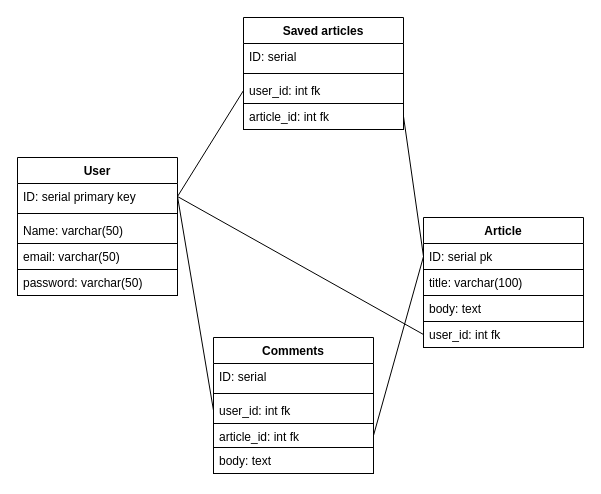
This is BD.drawio from prostopank/Blog, a draw.io file, before an edit. Source tidied: cells renumbered, new cells numbered last; positions are measured from the earlier drawing's top-left corner, leaving out a move shared by most shapes. Both pictures are drawn from the tidied source at 100%, with x=0, y=0 at pixel (17, 17).
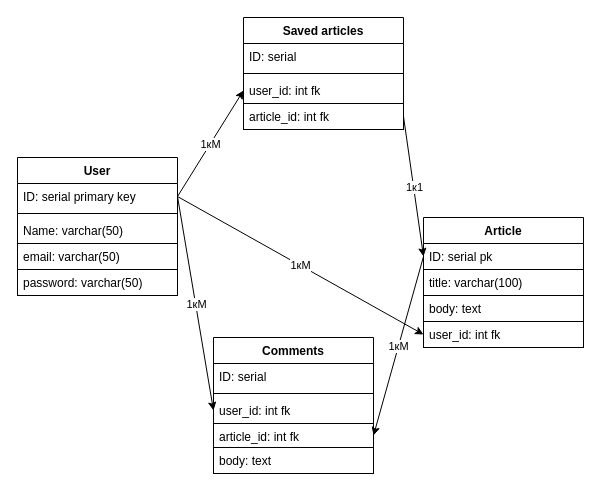
The same page after the edit.

The change refers to these unchanged cells:
```xml
<mxCell id="4" value="ID: serial primary key&#10;" style="text;strokeColor=none;fillColor=none;align=left;verticalAlign=top;spacingLeft=4;spacingRight=4;overflow=hidden;points=[[0,0.5],[1,0.5]];portConstraint=eastwest;" parent="3" vertex="1">
  <mxGeometry y="26" width="160" height="26" as="geometry" />
</mxCell>
<mxCell id="13" value="user_id: int fk" style="text;strokeColor=none;fillColor=none;align=left;verticalAlign=top;spacingLeft=4;spacingRight=4;overflow=hidden;points=[[0,0.5],[1,0.5]];portConstraint=eastwest;" parent="10" vertex="1">
  <mxGeometry y="60" width="160" height="26" as="geometry" />
</mxCell>
<mxCell id="14" value="article_id: int fk" style="text;fillColor=none;align=left;verticalAlign=top;spacingLeft=4;spacingRight=4;overflow=hidden;points=[[0,0.5],[1,0.5]];portConstraint=eastwest;strokeColor=#000000;" parent="9" vertex="1">
  <mxGeometry y="86" width="160" height="26" as="geometry" />
</mxCell>
<mxCell id="19" value="ID: serial pk" style="text;strokeColor=none;fillColor=none;align=left;verticalAlign=top;spacingLeft=4;spacingRight=4;overflow=hidden;points=[[0,0.5],[1,0.5]];portConstraint=eastwest;" parent="18" vertex="1">
  <mxGeometry y="26" width="160" height="26" as="geometry" />
</mxCell>
<mxCell id="22" value="user_id: int fk" style="text;fillColor=none;align=left;verticalAlign=top;spacingLeft=4;spacingRight=4;overflow=hidden;points=[[0,0.5],[1,0.5]];portConstraint=eastwest;strokeColor=#000000;" parent="16" vertex="1">
  <mxGeometry y="104" width="160" height="26" as="geometry" />
</mxCell>
<mxCell id="28" value="user_id: int fk&#10;" style="text;strokeColor=none;fillColor=none;align=left;verticalAlign=top;spacingLeft=4;spacingRight=4;overflow=hidden;points=[[0,0.5],[1,0.5]];portConstraint=eastwest;" parent="25" vertex="1">
  <mxGeometry y="60" width="160" height="26" as="geometry" />
</mxCell>
<mxCell id="29" value="article_id: int fk&#10;" style="text;fillColor=none;align=left;verticalAlign=top;spacingLeft=4;spacingRight=4;overflow=hidden;points=[[0,0.5],[1,0.5]];portConstraint=eastwest;strokeColor=#000000;" parent="24" vertex="1">
  <mxGeometry y="86" width="160" height="24" as="geometry" />
</mxCell>
```

Change to the diagram source:
```diff
@@
-    <mxCell id="15" style="endArrow=none;html=1;entryX=0;entryY=0.5;entryDx=0;entryDy=0;exitX=1;exitY=0.5;exitDx=0;exitDy=0;" parent="1" edge="1" source="4" target="22">
-      <mxGeometry relative="1" as="geometry" />
-    </mxCell>
@@
+    <mxCell id="15" style="endArrow=classic;html=1;exitX=1;exitY=0.5;exitDx=0;exitDy=0;entryX=0;entryY=0.5;entryDx=0;entryDy=0;" parent="1" edge="1" source="4" target="22">
+      <mxGeometry relative="1" as="geometry" />
+    </mxCell>
+    <mxCell id="35" value="1кМ" style="edgeLabel;html=1;align=center;verticalAlign=middle;" parent="15" vertex="1">
+      <mxGeometry relative="1" as="geometry" />
+    </mxCell>
+    <mxCell id="33" style="endArrow=classic;html=1;exitX=1;exitY=0.5;exitDx=0;exitDy=0;entryX=0;entryY=0.5;entryDx=0;entryDy=0;" parent="1" edge="1" source="4" target="13">
+      <mxGeometry relative="1" as="geometry" />
+    </mxCell>
+    <mxCell id="36" value="1кМ" style="edgeLabel;html=1;align=center;verticalAlign=middle;" parent="33" vertex="1">
+      <mxGeometry relative="1" as="geometry" />
+    </mxCell>
+    <mxCell id="37" style="endArrow=classic;html=1;exitX=1;exitY=0.5;exitDx=0;exitDy=0;entryX=0;entryY=0.5;entryDx=0;entryDy=0;" parent="1" edge="1" source="4" target="28">
+      <mxGeometry relative="1" as="geometry" />
+    </mxCell>
+    <mxCell id="38" value="1кМ" style="edgeLabel;html=1;align=center;verticalAlign=middle;" parent="37" vertex="1">
+      <mxGeometry relative="1" as="geometry" />
+    </mxCell>
-    <mxCell id="31" style="endArrow=none;html=1;entryX=1;entryY=0.5;entryDx=0;entryDy=0;exitX=0;exitY=0.5;exitDx=0;exitDy=0;" parent="1" edge="1" source="19" target="29">
+    <mxCell id="31" style="endArrow=classic;html=1;exitX=0;exitY=0.5;exitDx=0;exitDy=0;entryX=1;entryY=0.5;entryDx=0;entryDy=0;" parent="1" edge="1" source="19" target="29">
       <mxGeometry relative="1" as="geometry" />
     </mxCell>
-    <mxCell id="32" style="endArrow=none;html=1;exitX=0;exitY=0.5;exitDx=0;exitDy=0;entryX=1;entryY=0.5;entryDx=0;entryDy=0;" parent="1" edge="1" source="28" target="4">
-      <mxGeometry relative="1" as="geometry" />
-    </mxCell>
-    <mxCell id="33" style="endArrow=none;html=1;entryX=0;entryY=0.5;entryDx=0;entryDy=0;exitX=1;exitY=0.5;exitDx=0;exitDy=0;" parent="1" edge="1" source="4" target="13">
-      <mxGeometry relative="1" as="geometry" />
-    </mxCell>
-    <mxCell id="34" style="endArrow=none;html=1;entryX=1;entryY=0.5;entryDx=0;entryDy=0;exitX=0;exitY=0.5;exitDx=0;exitDy=0;" parent="1" edge="1" source="19" target="14">
-      <mxGeometry relative="1" as="geometry" />
-    </mxCell>
+    <mxCell id="39" value="1кМ" style="edgeLabel;html=1;align=center;verticalAlign=middle;" parent="31" vertex="1">
+      <mxGeometry relative="1" as="geometry" />
+    </mxCell>
+    <mxCell id="40" style="endArrow=classic;html=1;exitX=1;exitY=0.5;exitDx=0;exitDy=0;entryX=0;entryY=0.5;entryDx=0;entryDy=0;" parent="1" edge="1" source="14" target="19">
+      <mxGeometry relative="1" as="geometry" />
+    </mxCell>
+    <mxCell id="41" value="1к1" style="edgeLabel;html=1;align=center;verticalAlign=middle;" parent="40" vertex="1">
+      <mxGeometry relative="1" as="geometry" />
+    </mxCell>
```
